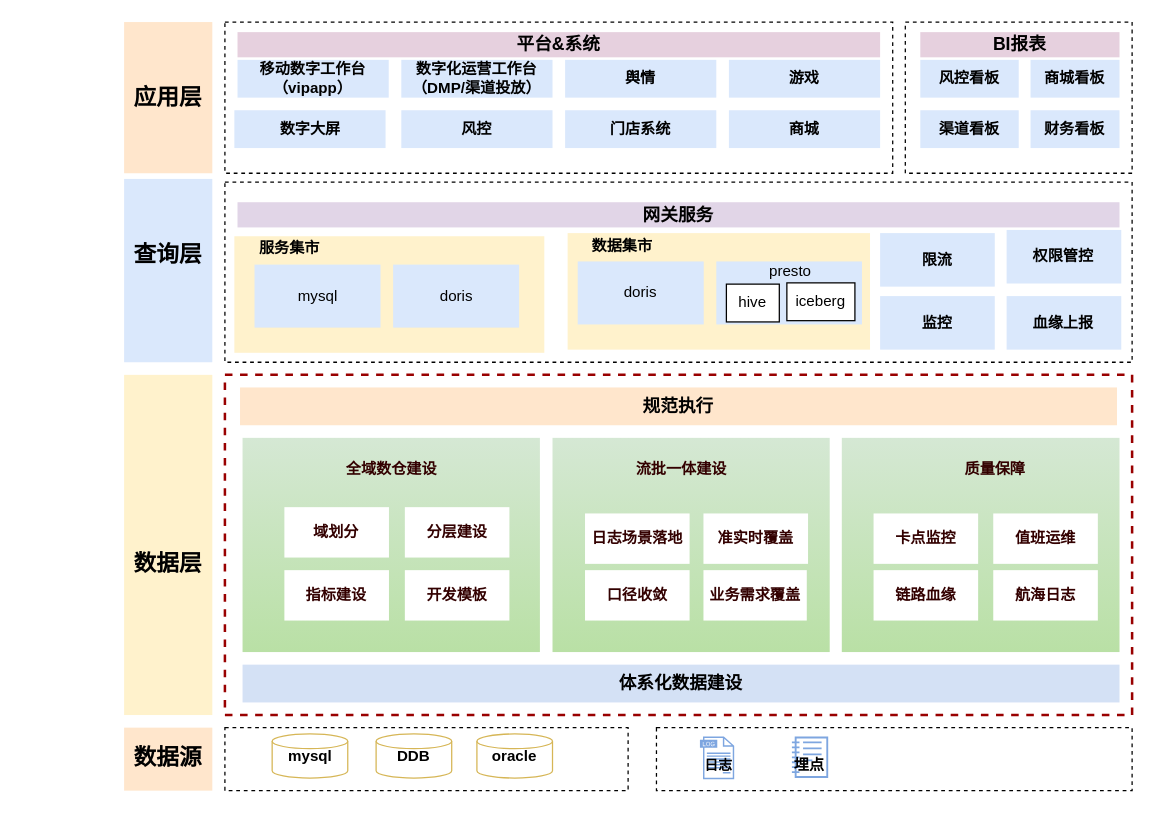
The draw.io diagram 流量模型设计.drawio in mineminemine123/work-wiki, before the edit. Source tidied: cells renumbered, new cells numbered last; positions are measured from the earlier drawing's top-left corner, leaving out a move shared by most shapes. Both pictures are drawn from the tidied source at 126%, with x=0, y=0 at pixel (105, 21).
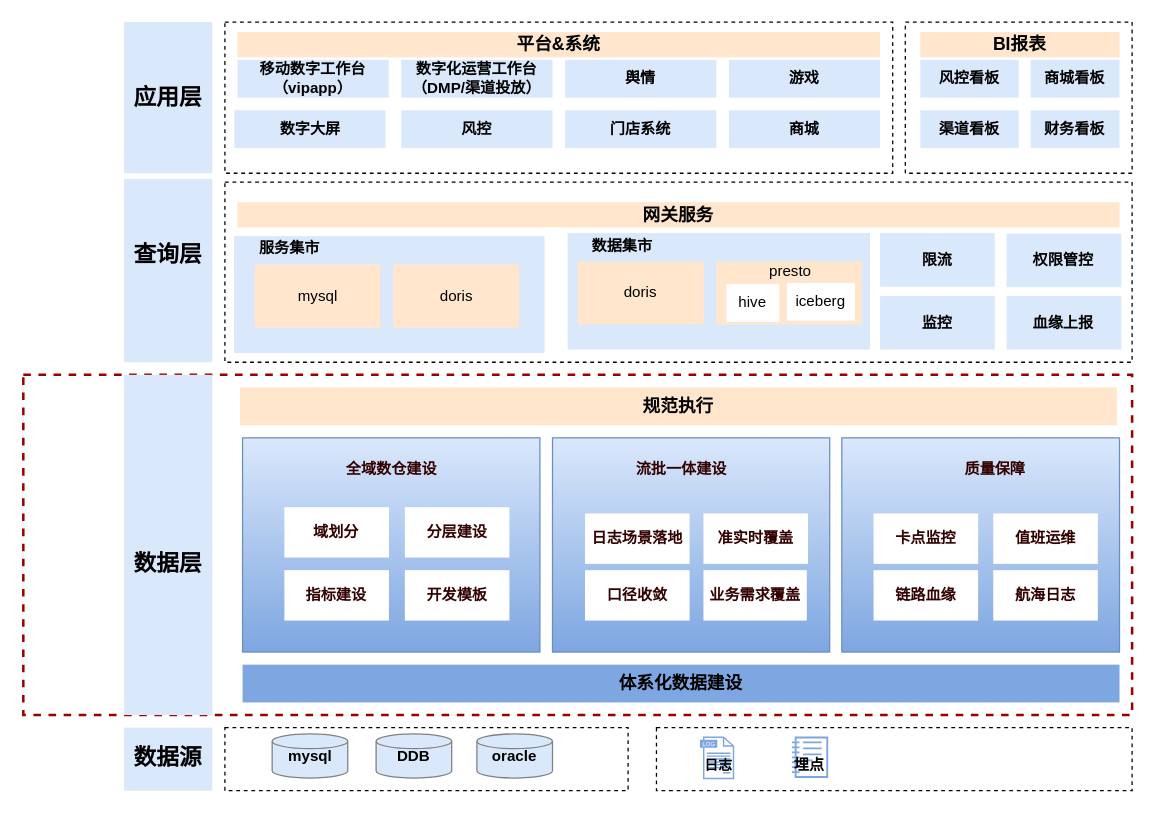
After the change.

Commit message:
更新流量模型设计.drawio

Change to the diagram source:
```diff
@@
+    <mxCell id="8" style="rounded=0;whiteSpace=wrap;html=1;strokeColor=#990000;strokeWidth=2;dashed=1;fontFamily=微软雅黑;" parent="1" vertex="1">
+      <mxGeometry x="-65" y="280" width="880" height="270" as="geometry" />
+    </mxCell>
@@
-    <mxCell id="4" style="rounded=0;whiteSpace=wrap;html=1;fontFamily=微软雅黑;strokeColor=none;fillColor=#ffe6cc;" parent="1" vertex="1">
+    <mxCell id="4" style="rounded=0;whiteSpace=wrap;html=1;fontFamily=微软雅黑;strokeColor=none;fillColor=#dae8fc;" parent="1" vertex="1">
       <mxGeometry x="15" y="560" width="70" height="50" as="geometry" />
     </mxCell>
-    <mxCell id="5" style="rounded=0;whiteSpace=wrap;html=1;fontFamily=微软雅黑;strokeColor=none;fillColor=#FFF2CC;" parent="1" vertex="1">
+    <mxCell id="5" style="rounded=0;whiteSpace=wrap;html=1;fontFamily=微软雅黑;strokeColor=none;fillColor=#dae8fc;" parent="1" vertex="1">
       <mxGeometry x="15" y="280" width="70" height="270" as="geometry" />
     </mxCell>
@@
-    <mxCell id="8" style="rounded=0;whiteSpace=wrap;html=1;strokeColor=#990000;strokeWidth=2;dashed=1;fontFamily=微软雅黑;" parent="1" vertex="1">
-      <mxGeometry x="95" y="280" width="720" height="270" as="geometry" />
-    </mxCell>
@@
-    <mxCell id="15" value="&lt;font style=&quot;font-size: 14px;&quot;&gt;网关服务&lt;/font&gt;" style="text;html=1;strokeColor=none;fillColor=#E1D5E7;align=center;verticalAlign=middle;whiteSpace=wrap;rounded=0;fontStyle=1;fontFamily=微软雅黑;" parent="1" vertex="1">
+    <mxCell id="15" value="&lt;font style=&quot;font-size: 14px;&quot;&gt;网关服务&lt;/font&gt;" style="text;html=1;strokeColor=none;fillColor=#ffe6cc;align=center;verticalAlign=middle;whiteSpace=wrap;rounded=0;fontStyle=1;fontFamily=微软雅黑;" parent="1" vertex="1">
       <mxGeometry x="105" y="143" width="700" height="20" as="geometry" />
     </mxCell>
@@
-    <mxCell id="22" value="&lt;font style=&quot;font-size: 14px;&quot;&gt;平台&amp;amp;系统&lt;/font&gt;" style="text;html=1;strokeColor=none;fillColor=#E6D0DE;align=center;verticalAlign=middle;whiteSpace=wrap;rounded=0;fontStyle=1;fontFamily=微软雅黑;" parent="1" vertex="1">
+    <mxCell id="22" value="&lt;font style=&quot;font-size: 14px;&quot;&gt;平台&amp;amp;系统&lt;/font&gt;" style="text;html=1;strokeColor=none;fillColor=#ffe6cc;align=center;verticalAlign=middle;whiteSpace=wrap;rounded=0;fontStyle=1;fontFamily=微软雅黑;" parent="1" vertex="1">
       <mxGeometry x="105" y="8" width="510" height="20" as="geometry" />
     </mxCell>
-    <mxCell id="23" value="&lt;font style=&quot;font-size: 14px;&quot;&gt;BI报表&lt;/font&gt;" style="text;html=1;strokeColor=none;fillColor=#E6D0DE;align=center;verticalAlign=middle;whiteSpace=wrap;rounded=0;fontFamily=微软雅黑;fontStyle=1;" parent="1" vertex="1">
+    <mxCell id="23" value="&lt;font style=&quot;font-size: 14px;&quot;&gt;BI报表&lt;/font&gt;" style="text;html=1;strokeColor=none;fillColor=#ffe6cc;align=center;verticalAlign=middle;whiteSpace=wrap;rounded=0;fontFamily=微软雅黑;fontStyle=1;" parent="1" vertex="1">
       <mxGeometry x="646.9" y="8" width="158.1" height="20" as="geometry" />
     </mxCell>
-    <mxCell id="24" style="rounded=0;whiteSpace=wrap;html=1;fontFamily=微软雅黑;strokeColor=none;fillColor=#fff2cc;" parent="1" vertex="1">
+    <mxCell id="24" style="rounded=0;whiteSpace=wrap;html=1;fontFamily=微软雅黑;strokeColor=none;fillColor=#dae8fc;" parent="1" vertex="1">
       <mxGeometry x="367" y="167.5" width="240" height="92.5" as="geometry" />
     </mxCell>
-    <mxCell id="25" style="rounded=0;whiteSpace=wrap;html=1;strokeColor=none;fillColor=#dae8fc;fontFamily=微软雅黑;" parent="1" vertex="1">
+    <mxCell id="25" style="rounded=0;whiteSpace=wrap;html=1;strokeColor=none;fillColor=#ffe6cc;fontFamily=微软雅黑;" parent="1" vertex="1">
       <mxGeometry x="485" y="190" width="115.6" height="50" as="geometry" />
     </mxCell>
@@
-    <mxCell id="29" value="hive" style="rounded=0;whiteSpace=wrap;html=1;strokeColor=default;fontFamily=微软雅黑;fillColor=#FFFFFF;" parent="1" vertex="1">
+    <mxCell id="29" value="hive" style="rounded=0;whiteSpace=wrap;html=1;strokeColor=none;fontFamily=微软雅黑;fillColor=#FFFFFF;" parent="1" vertex="1">
       <mxGeometry x="493" y="208" width="42" height="30" as="geometry" />
     </mxCell>
-    <mxCell id="30" value="iceberg" style="rounded=0;whiteSpace=wrap;html=1;strokeColor=default;fontFamily=微软雅黑;fillColor=#FFFFFF;" parent="1" vertex="1">
+    <mxCell id="30" value="iceberg" style="rounded=0;whiteSpace=wrap;html=1;strokeColor=none;fontFamily=微软雅黑;fillColor=#FFFFFF;" parent="1" vertex="1">
       <mxGeometry x="541" y="207" width="54" height="30" as="geometry" />
     </mxCell>
-    <mxCell id="31" style="rounded=0;whiteSpace=wrap;html=1;fontFamily=微软雅黑;strokeColor=none;fillColor=#ffe6cc;" parent="1" vertex="1">
+    <mxCell id="31" style="rounded=0;whiteSpace=wrap;html=1;fontFamily=微软雅黑;strokeColor=none;fillColor=#dae8fc;" parent="1" vertex="1">
       <mxGeometry x="15" width="70" height="120" as="geometry" />
     </mxCell>
@@
-    <mxCell id="36" value="doris" style="rounded=0;whiteSpace=wrap;html=1;strokeColor=none;fillColor=#dae8fc;fontFamily=微软雅黑;" parent="1" vertex="1">
+    <mxCell id="36" value="doris" style="rounded=0;whiteSpace=wrap;html=1;strokeColor=none;fillColor=#ffe6cc;fontFamily=微软雅黑;" parent="1" vertex="1">
       <mxGeometry x="375" y="190" width="100" height="50" as="geometry" />
     </mxCell>
-    <mxCell id="37" value="mysql" style="strokeWidth=1;html=1;shape=mxgraph.flowchart.database;whiteSpace=wrap;fillStyle=auto;strokeColor=#d6b656;fontFamily=微软雅黑;fillColor=default;fontStyle=1;" parent="1" vertex="1">
+    <mxCell id="37" value="mysql" style="strokeWidth=1;html=1;shape=mxgraph.flowchart.database;whiteSpace=wrap;fillStyle=auto;strokeColor=#808080;fontFamily=微软雅黑;fillColor=#dae8fc;fontStyle=1;" parent="1" vertex="1">
       <mxGeometry x="132.5" y="565" width="60" height="35" as="geometry" />
     </mxCell>
-    <mxCell id="38" value="DDB" style="strokeWidth=1;html=1;shape=mxgraph.flowchart.database;whiteSpace=wrap;fillStyle=auto;strokeColor=#d6b656;fontFamily=微软雅黑;fillColor=default;fontStyle=1;" parent="1" vertex="1">
+    <mxCell id="38" value="DDB" style="strokeWidth=1;html=1;shape=mxgraph.flowchart.database;whiteSpace=wrap;fillStyle=auto;strokeColor=#808080;fontFamily=微软雅黑;fillColor=#dae8fc;fontStyle=1;" parent="1" vertex="1">
       <mxGeometry x="215" y="565" width="60" height="35" as="geometry" />
     </mxCell>
-    <mxCell id="39" value="oracle" style="strokeWidth=1;html=1;shape=mxgraph.flowchart.database;whiteSpace=wrap;fillStyle=auto;strokeColor=#d6b656;fontFamily=微软雅黑;fillColor=default;fontStyle=1;" parent="1" vertex="1">
+    <mxCell id="39" value="oracle" style="strokeWidth=1;html=1;shape=mxgraph.flowchart.database;whiteSpace=wrap;fillStyle=auto;strokeColor=#808080;fontFamily=微软雅黑;fillColor=#DAE8FC;fontStyle=1;" parent="1" vertex="1">
       <mxGeometry x="295" y="565" width="60" height="35" as="geometry" />
     </mxCell>
@@
-    <mxCell id="42" style="rounded=0;whiteSpace=wrap;html=1;fillStyle=auto;strokeColor=none;strokeWidth=1;fontFamily=微软雅黑;fillColor=#d5e8d4;gradientDirection=south;gradientColor=#B9E0A5;" parent="1" vertex="1">
+    <mxCell id="42" style="rounded=0;whiteSpace=wrap;html=1;fillStyle=auto;strokeColor=#6c8ebf;strokeWidth=1;fontFamily=微软雅黑;fillColor=#dae8fc;gradientDirection=south;gradientColor=#7EA6E0;" parent="1" vertex="1">
       <mxGeometry x="109" y="330" width="236" height="170" as="geometry" />
     </mxCell>
-    <mxCell id="43" value="&lt;b&gt;&lt;font style=&quot;font-size: 14px;&quot;&gt;规范执行&lt;/font&gt;&lt;/b&gt;" style="rounded=0;whiteSpace=wrap;html=1;dashed=1;fillStyle=auto;strokeColor=none;strokeWidth=1;fontFamily=微软雅黑;fillColor=#FFE6CC;" parent="1" vertex="1">
+    <mxCell id="43" value="&lt;b&gt;&lt;font style=&quot;font-size: 14px;&quot;&gt;规范执行&lt;/font&gt;&lt;/b&gt;" style="rounded=0;whiteSpace=wrap;html=1;dashed=1;fillStyle=auto;strokeColor=none;strokeWidth=1;fontFamily=微软雅黑;fillColor=#ffe6cc;" parent="1" vertex="1">
       <mxGeometry x="107" y="290" width="696" height="30" as="geometry" />
     </mxCell>
@@
-    <mxCell id="45" value="&lt;b&gt;&lt;font style=&quot;font-size: 14px;&quot;&gt;体系化数据建设&lt;/font&gt;&lt;/b&gt;" style="rounded=0;whiteSpace=wrap;html=1;fillStyle=auto;strokeColor=none;strokeWidth=1;fontFamily=微软雅黑;fillColor=#D4E1F5;" parent="1" vertex="1">
+    <mxCell id="45" value="&lt;b&gt;&lt;font style=&quot;font-size: 14px;&quot;&gt;体系化数据建设&lt;/font&gt;&lt;/b&gt;" style="rounded=0;whiteSpace=wrap;html=1;fillStyle=auto;strokeColor=none;strokeWidth=1;fontFamily=微软雅黑;fillColor=#7EA6E0;" parent="1" vertex="1">
       <mxGeometry x="109" y="510" width="696" height="30" as="geometry" />
     </mxCell>
-    <mxCell id="46" style="rounded=0;whiteSpace=wrap;html=1;fillStyle=auto;strokeColor=none;strokeWidth=1;fontFamily=微软雅黑;fillColor=#d5e8d4;gradientDirection=south;gradientColor=#B9E0A5;" parent="1" vertex="1">
+    <mxCell id="46" style="rounded=0;whiteSpace=wrap;html=1;fillStyle=auto;strokeColor=#6c8ebf;strokeWidth=1;fontFamily=微软雅黑;fillColor=#dae8fc;gradientDirection=south;gradientColor=#7EA6E0;" parent="1" vertex="1">
       <mxGeometry x="355" y="330" width="220" height="170" as="geometry" />
     </mxCell>
-    <mxCell id="47" style="rounded=0;whiteSpace=wrap;html=1;fillStyle=auto;strokeColor=none;strokeWidth=1;fontFamily=微软雅黑;fillColor=#d5e8d4;gradientDirection=south;gradientColor=#B9E0A5;" parent="1" vertex="1">
+    <mxCell id="47" style="rounded=0;whiteSpace=wrap;html=1;fillStyle=auto;strokeColor=#6c8ebf;strokeWidth=1;fontFamily=微软雅黑;fillColor=#dae8fc;gradientDirection=south;gradientColor=#7EA6E0;" parent="1" vertex="1">
       <mxGeometry x="584.6" y="330" width="220.4" height="170" as="geometry" />
     </mxCell>
@@
     <mxCell id="65" value="&lt;b&gt;权限管控&lt;/b&gt;" style="rounded=0;whiteSpace=wrap;html=1;fontFamily=微软雅黑;strokeColor=none;fillColor=#dae8fc;" parent="1" vertex="1">
-      <mxGeometry x="715.4" y="165" width="91" height="42.5" as="geometry" />
+      <mxGeometry x="715.4" y="168" width="91" height="42.5" as="geometry" />
     </mxCell>
@@
-    <mxCell id="67" style="group;" parent="1" vertex="1">
+    <mxCell id="67" style="group;fillColor=#dae8fc;strokeColor=none;" parent="1" vertex="1">
       <mxGeometry x="102.5" y="170" width="246" height="92.5" as="geometry" />
     </mxCell>
-    <mxCell id="68" style="rounded=0;whiteSpace=wrap;html=1;fontFamily=微软雅黑;strokeColor=none;fillColor=#FFF2CC;" parent="67" vertex="1">
+    <mxCell id="68" style="rounded=0;whiteSpace=wrap;html=1;fontFamily=微软雅黑;strokeColor=none;fillColor=#dae8fc;" parent="67" vertex="1">
       <mxGeometry width="246" height="92.5" as="geometry" />
     </mxCell>
-    <mxCell id="69" value="mysql" style="rounded=0;whiteSpace=wrap;html=1;strokeColor=none;fillColor=#dae8fc;fontFamily=微软雅黑;" parent="67" vertex="1">
+    <mxCell id="69" value="mysql" style="rounded=0;whiteSpace=wrap;html=1;strokeColor=none;fillColor=#ffe6cc;fontFamily=微软雅黑;" parent="67" vertex="1">
       <mxGeometry x="16" y="22.5" width="100" height="50" as="geometry" />
     </mxCell>
-    <mxCell id="70" value="doris" style="rounded=0;whiteSpace=wrap;html=1;strokeColor=none;fillColor=#dae8fc;fontFamily=微软雅黑;" parent="67" vertex="1">
+    <mxCell id="70" value="doris" style="rounded=0;whiteSpace=wrap;html=1;strokeColor=none;fillColor=#ffe6cc;fontFamily=微软雅黑;" parent="67" vertex="1">
       <mxGeometry x="126" y="22.5" width="100" height="50" as="geometry" />
     </mxCell>
```
